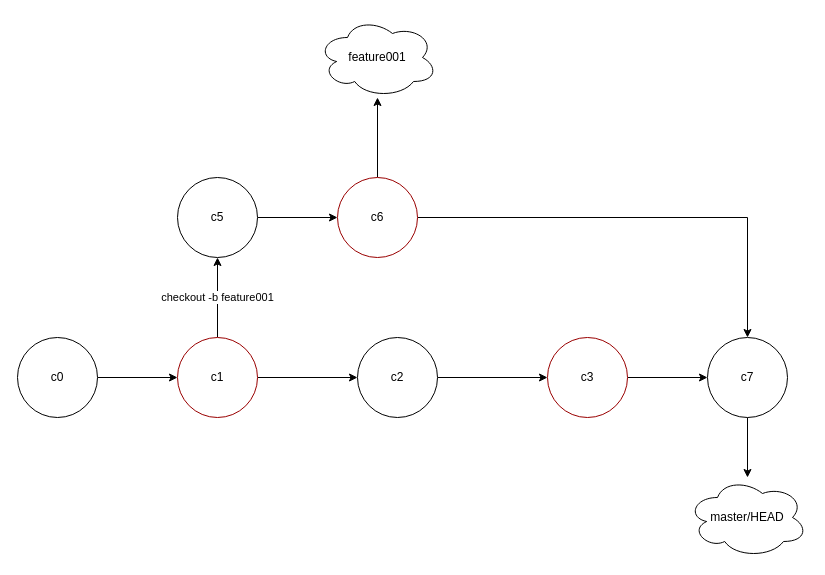
xiao2shiqi/pro_developer keeps this draw.io diagram as draw-io/git/git_branch_merge.dio. Above is the earlier version. Source tidied: cells renumbered, new cells numbered last; positions are measured from the earlier drawing's top-left corner, leaving out a move shared by most shapes. Both pictures are drawn from the tidied source at 100%, with x=0, y=0 at pixel (17, 17).
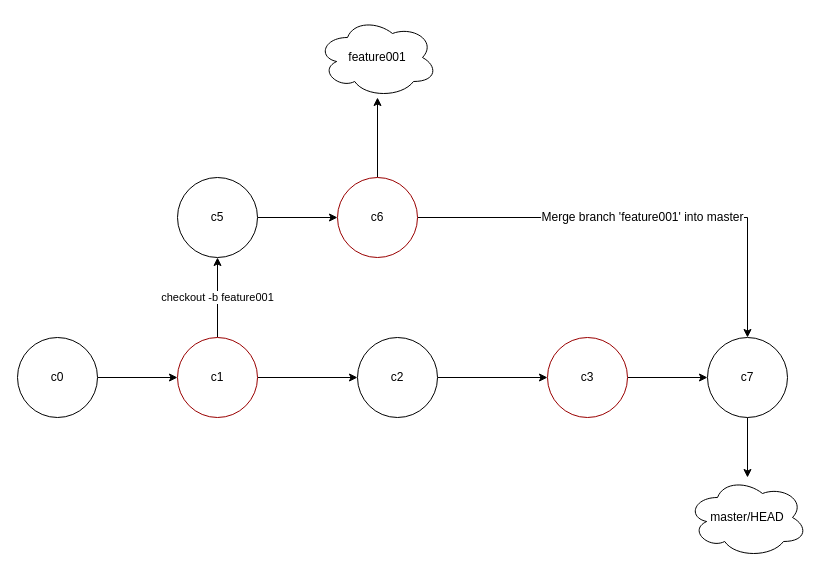
The same page after the edit.

Commit message (it also covers changes not shown here):
compalte git Fast-forward

Diff of the diagram source:
```diff
@@
 <mxGraphModel>
   <root>
     <mxCell id="0" />
     <mxCell id="1" parent="0" />
     <mxCell id="2" style="edgeStyle=orthogonalEdgeStyle;rounded=0;jettySize=auto;html=1;" parent="1" edge="1" source="5" target="8">
       <mxGeometry relative="1" as="geometry" />
     </mxCell>
     <mxCell id="3" style="edgeStyle=orthogonalEdgeStyle;rounded=0;jettySize=auto;html=1;" parent="1" edge="1" source="11" target="5">
       <mxGeometry relative="1" as="geometry" />
     </mxCell>
     <mxCell id="4" value="checkout -b feature001" style="edgeStyle=orthogonalEdgeStyle;rounded=0;jettySize=auto;html=1;" parent="1" edge="1" source="5" target="13">
       <mxGeometry relative="1" as="geometry" />
     </mxCell>
     <mxCell id="5" value="c1" style="ellipse;whiteSpace=wrap;html=1;strokeColor=#990000;" parent="1" vertex="1">
       <mxGeometry x="160" y="320" width="80" height="80" as="geometry" />
     </mxCell>
     <mxCell id="6" value="master/HEAD" style="ellipse;shape=cloud;whiteSpace=wrap;html=1;" parent="1" vertex="1">
       <mxGeometry x="670" y="460" width="120" height="80" as="geometry" />
     </mxCell>
     <mxCell id="7" style="edgeStyle=orthogonalEdgeStyle;rounded=0;jettySize=auto;html=1;" parent="1" edge="1" source="8" target="10">
       <mxGeometry relative="1" as="geometry" />
     </mxCell>
     <mxCell id="8" value="c2" style="ellipse;whiteSpace=wrap;html=1;" parent="1" vertex="1">
       <mxGeometry x="340" y="320" width="80" height="80" as="geometry" />
     </mxCell>
     <mxCell id="9" style="edgeStyle=orthogonalEdgeStyle;rounded=0;jettySize=auto;html=1;" parent="1" edge="1" source="10" target="19">
       <mxGeometry relative="1" as="geometry" />
     </mxCell>
     <mxCell id="10" value="c3" style="ellipse;whiteSpace=wrap;html=1;strokeColor=#990000;" parent="1" vertex="1">
       <mxGeometry x="530" y="320" width="80" height="80" as="geometry" />
     </mxCell>
     <mxCell id="11" value="c0" style="ellipse;whiteSpace=wrap;html=1;" parent="1" vertex="1">
       <mxGeometry y="320" width="80" height="80" as="geometry" />
     </mxCell>
     <mxCell id="12" style="edgeStyle=orthogonalEdgeStyle;rounded=0;jettySize=auto;html=1;" parent="1" edge="1" source="13" target="16">
       <mxGeometry relative="1" as="geometry" />
     </mxCell>
     <mxCell id="13" value="c5" style="ellipse;whiteSpace=wrap;html=1;" parent="1" vertex="1">
       <mxGeometry x="160" y="160" width="80" height="80" as="geometry" />
     </mxCell>
     <mxCell id="14" style="edgeStyle=orthogonalEdgeStyle;rounded=0;jettySize=auto;html=1;" parent="1" edge="1" source="16" target="17">
       <mxGeometry relative="1" as="geometry" />
     </mxCell>
-    <mxCell id="15" style="edgeStyle=orthogonalEdgeStyle;rounded=0;jettySize=auto;html=1;" parent="1" edge="1" source="16" target="19">
+    <mxCell id="15" value="&lt;span style=&quot;font-size: 12px&quot;&gt;Merge branch 'feature001' into master&lt;/span&gt;" style="edgeStyle=orthogonalEdgeStyle;rounded=0;jettySize=auto;html=1;" parent="1" edge="1" source="16" target="19">
       <mxGeometry relative="1" as="geometry" />
     </mxCell>
     <mxCell id="16" value="c6" style="ellipse;whiteSpace=wrap;html=1;strokeColor=#990000;" parent="1" vertex="1">
       <mxGeometry x="320" y="160" width="80" height="80" as="geometry" />
     </mxCell>
     <mxCell id="17" value="feature001" style="ellipse;shape=cloud;whiteSpace=wrap;html=1;" parent="1" vertex="1">
       <mxGeometry x="300" width="120" height="80" as="geometry" />
     </mxCell>
     <mxCell id="18" style="edgeStyle=orthogonalEdgeStyle;rounded=0;jettySize=auto;html=1;" parent="1" edge="1" source="19" target="6">
       <mxGeometry relative="1" as="geometry" />
     </mxCell>
     <mxCell id="19" value="c7" style="ellipse;whiteSpace=wrap;html=1;" parent="1" vertex="1">
       <mxGeometry x="690" y="320" width="80" height="80" as="geometry" />
     </mxCell>
   </root>
 </mxGraphModel>
```
